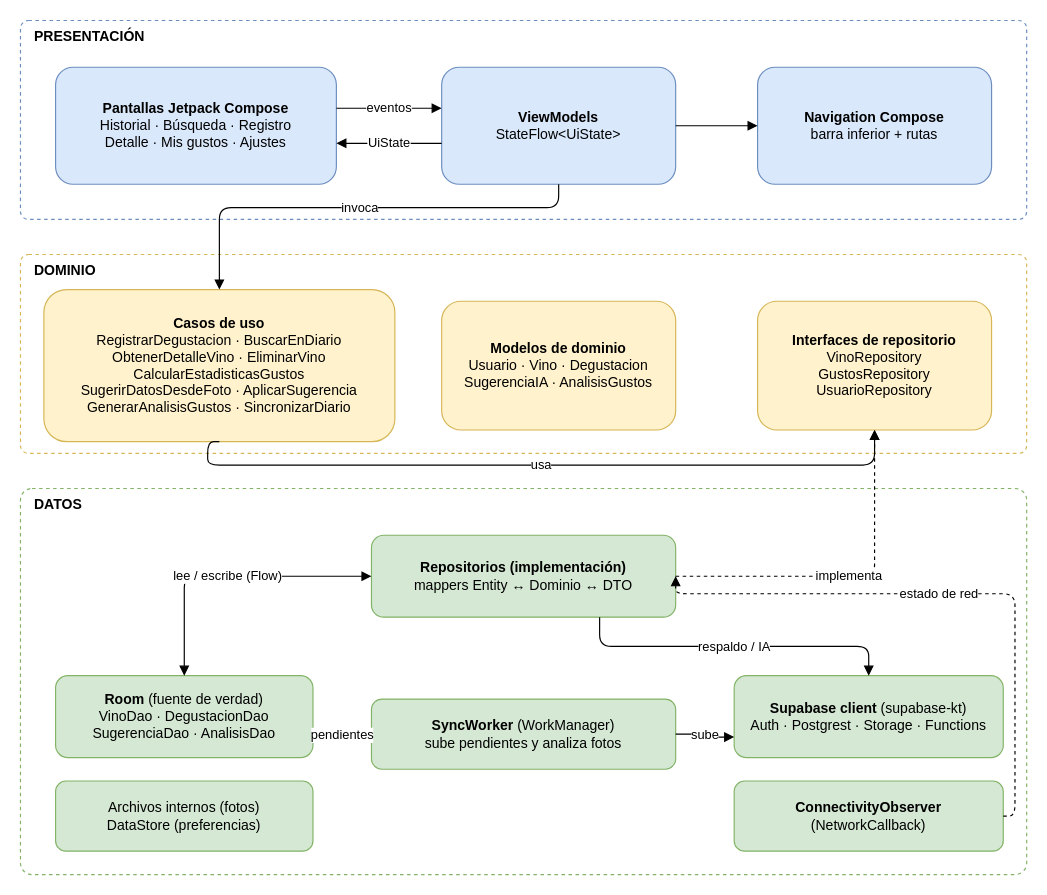
alejogarciabosio/sorbo-app keeps this draw.io diagram as page "Arquitectura en capas" (2 of 5) of docs/diagramas/sorbo.drawio. Above is the earlier version. Source tidied: cells renumbered, new cells numbered last; positions are measured from the earlier drawing's top-left corner, leaving out a move shared by most shapes. Both pictures are drawn from the tidied source at 117%, with x=0, y=0 at pixel (20, 20).
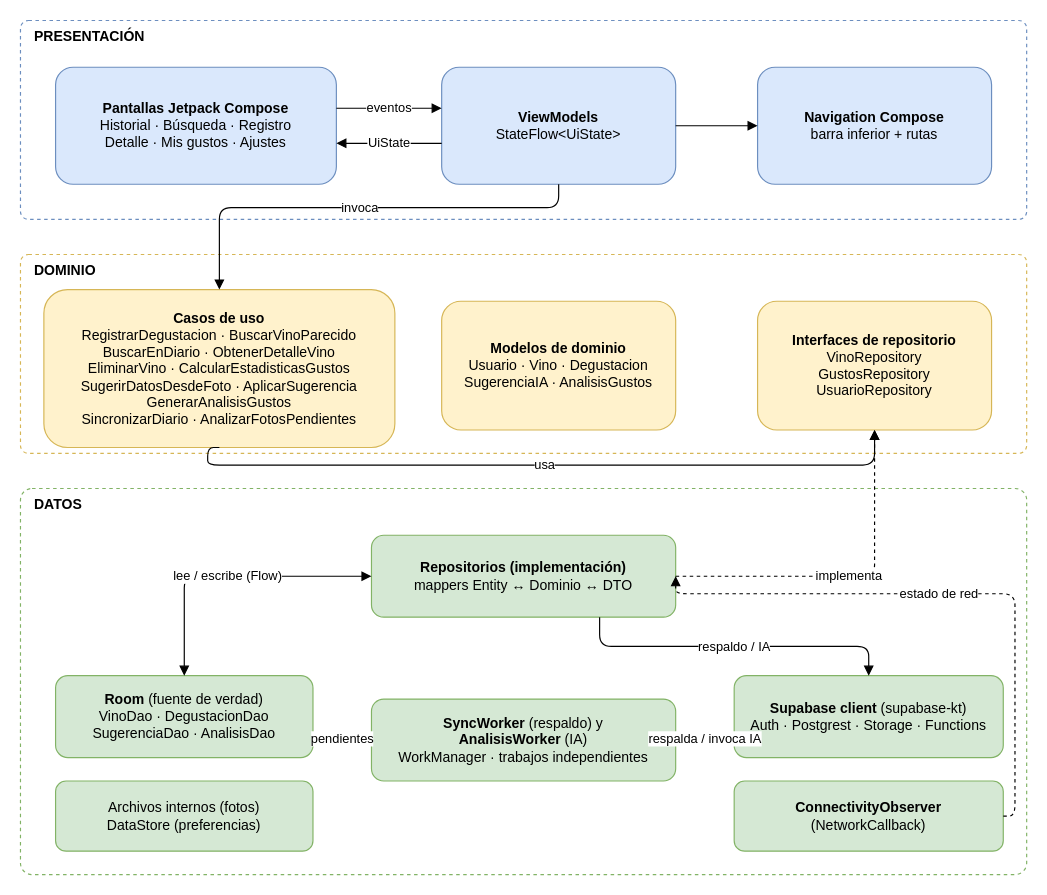
After the change.

Commit message (it also covers changes not shown here):
docs: diagramas con búsqueda sin resultados, vino parecido y respaldo separado de la IA

The change refers to these unchanged cells:
```xml
<mxCell id="15" value="&lt;b&gt;Supabase client&lt;/b&gt; (supabase-kt)&lt;br&gt;Auth · Postgrest · Storage · Functions" style="rounded=1;whiteSpace=wrap;html=1;fillColor=#d5e8d4;strokeColor=#82b366;" parent="1" vertex="1">
  <mxGeometry x="610" y="560" width="230" height="70" as="geometry" />
</mxCell>
```

Change to the diagram source:
```diff
@@
-    <mxCell id="8" value="&lt;b&gt;Casos de uso&lt;/b&gt;&lt;br&gt;RegistrarDegustacion · BuscarEnDiario&lt;br&gt;ObtenerDetalleVino · EliminarVino&lt;br&gt;CalcularEstadisticasGustos&lt;br&gt;SugerirDatosDesdeFoto · AplicarSugerencia&lt;br&gt;GenerarAnalisisGustos · SincronizarDiario" style="rounded=1;whiteSpace=wrap;html=1;fillColor=#fff2cc;strokeColor=#d6b656;" parent="1" vertex="1">
-      <mxGeometry x="20" y="230" width="300" height="130" as="geometry" />
+    <mxCell id="8" value="&lt;b&gt;Casos de uso&lt;/b&gt;&lt;br&gt;RegistrarDegustacion · BuscarVinoParecido&lt;br&gt;BuscarEnDiario · ObtenerDetalleVino&lt;br&gt;EliminarVino · CalcularEstadisticasGustos&lt;br&gt;SugerirDatosDesdeFoto · AplicarSugerencia&lt;br&gt;GenerarAnalisisGustos&lt;br&gt;SincronizarDiario · AnalizarFotosPendientes" style="rounded=1;whiteSpace=wrap;html=1;fillColor=#fff2cc;strokeColor=#d6b656;" parent="1" vertex="1">
+      <mxGeometry x="20" y="230" width="300" height="135" as="geometry" />
     </mxCell>
@@
-    <mxCell id="14" value="&lt;b&gt;SyncWorker&lt;/b&gt; (WorkManager)&lt;br&gt;sube pendientes y analiza fotos" style="rounded=1;whiteSpace=wrap;html=1;fillColor=#d5e8d4;strokeColor=#82b366;" parent="1" vertex="1">
-      <mxGeometry x="300" y="580" width="260" height="60" as="geometry" />
+    <mxCell id="14" value="&lt;b&gt;SyncWorker&lt;/b&gt; (respaldo) y&lt;br&gt;&lt;b&gt;AnalisisWorker&lt;/b&gt; (IA)&lt;br&gt;WorkManager · trabajos independientes" style="rounded=1;whiteSpace=wrap;html=1;fillColor=#d5e8d4;strokeColor=#82b366;" parent="1" vertex="1">
+      <mxGeometry x="300" y="580" width="260" height="70" as="geometry" />
     </mxCell>
@@
-    <mxCell id="25" value="sube" style="edgeStyle=orthogonalEdgeStyle;html=1;endArrow=block;exitX=1;exitY=0.5;entryX=0;entryY=0.75;" parent="1" edge="1" source="14" target="15">
+    <mxCell id="25" value="respalda / invoca IA" style="edgeStyle=orthogonalEdgeStyle;html=1;endArrow=block;exitX=1;exitY=0.5;entryX=0;entryY=0.75;" parent="1" edge="1" source="14" target="15">
       <mxGeometry relative="1" as="geometry" />
     </mxCell>
```
